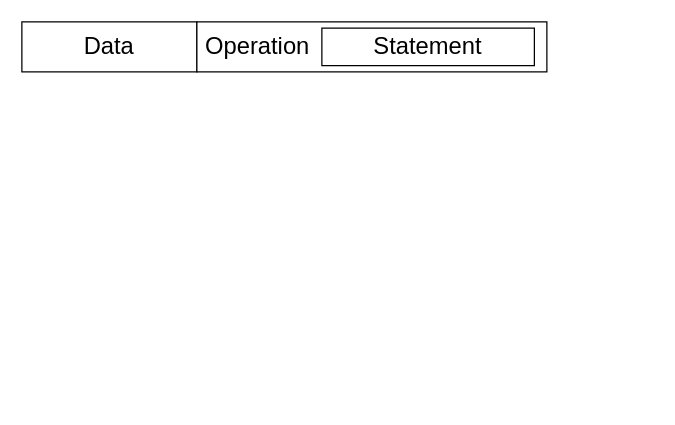
Earlier version of the draw.io diagram page "Functions" (3 of 4) of extras/Visual.drawio (aadityabhusal/visual-logic). Source tidied: cells renumbered, new cells numbered last; positions are measured from the earlier drawing's top-left corner, leaving out a move shared by most shapes. Both pictures are drawn from the tidied source at 125%, with x=0, y=0 at pixel (21, 21).
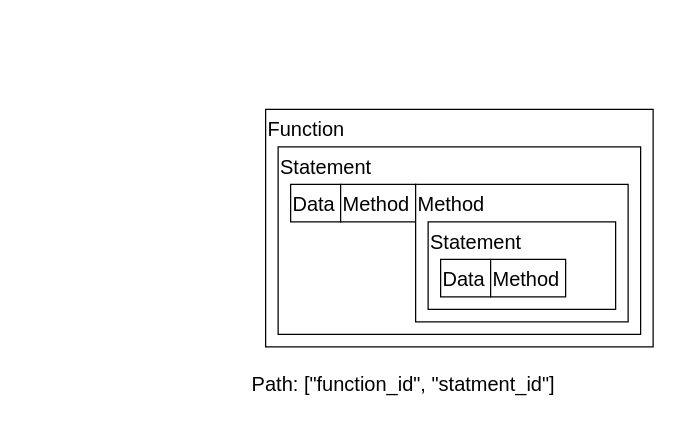
After the change.

Diff of the diagram source:
```diff
@@
 <mxGraphModel>
   <root>
     <mxCell id="0" />
     <mxCell id="1" parent="0" />
-    <mxCell id="2" value="Data" style="rounded=0;whiteSpace=wrap;html=1;fontSize=19;" parent="1" vertex="1">
-      <mxGeometry width="140" height="40" as="geometry" />
-    </mxCell>
-    <mxCell id="3" value="Operation" style="rounded=0;whiteSpace=wrap;html=1;fontSize=19;align=left;spacingLeft=5;" parent="1" vertex="1">
-      <mxGeometry x="140" width="280" height="40" as="geometry" />
-    </mxCell>
-    <mxCell id="4" value="Statement" style="rounded=0;whiteSpace=wrap;html=1;fontSize=19;" parent="1" vertex="1">
-      <mxGeometry x="240" y="5" width="170" height="30" as="geometry" />
-    </mxCell>
+    <mxCell id="5" value="Function" style="rounded=0;whiteSpace=wrap;html=1;fontSize=16;align=left;verticalAlign=top;" parent="1" vertex="1">
+      <mxGeometry x="195" y="70" width="310" height="190" as="geometry" />
+    </mxCell>
+    <mxCell id="6" value="Statement" style="rounded=0;whiteSpace=wrap;html=1;fontSize=16;align=left;verticalAlign=top;" parent="1" vertex="1">
+      <mxGeometry x="205" y="100" width="290" height="150" as="geometry" />
+    </mxCell>
+    <mxCell id="7" value="Path: [&quot;function_id&quot;, &quot;statment_id&quot;]" style="text;html=1;align=center;verticalAlign=middle;strokeColor=none;fillColor=none;fontSize=16;" parent="1" vertex="1">
+      <mxGeometry x="170" y="275" width="270" height="30" as="geometry" />
+    </mxCell>
+    <mxCell id="8" value="Data" style="rounded=0;whiteSpace=wrap;html=1;fontSize=16;align=left;verticalAlign=top;" parent="1" vertex="1">
+      <mxGeometry x="215" y="130" width="40" height="30" as="geometry" />
+    </mxCell>
+    <mxCell id="9" value="Method" style="rounded=0;whiteSpace=wrap;html=1;fontSize=16;align=left;verticalAlign=top;" parent="1" vertex="1">
+      <mxGeometry x="255" y="130" width="60" height="30" as="geometry" />
+    </mxCell>
+    <mxCell id="10" value="Method" style="rounded=0;whiteSpace=wrap;html=1;fontSize=16;align=left;verticalAlign=top;" parent="1" vertex="1">
+      <mxGeometry x="315" y="130" width="170" height="110" as="geometry" />
+    </mxCell>
+    <mxCell id="11" value="Statement" style="rounded=0;whiteSpace=wrap;html=1;fontSize=16;align=left;verticalAlign=top;" parent="1" vertex="1">
+      <mxGeometry x="325" y="160" width="150" height="70" as="geometry" />
+    </mxCell>
+    <mxCell id="12" value="Data" style="rounded=0;whiteSpace=wrap;html=1;fontSize=16;align=left;verticalAlign=top;" parent="1" vertex="1">
+      <mxGeometry x="335" y="190" width="40" height="30" as="geometry" />
+    </mxCell>
+    <mxCell id="13" value="Method" style="rounded=0;whiteSpace=wrap;html=1;fontSize=16;align=left;verticalAlign=top;" parent="1" vertex="1">
+      <mxGeometry x="375" y="190" width="60" height="30" as="geometry" />
+    </mxCell>
   </root>
 </mxGraphModel>
```
